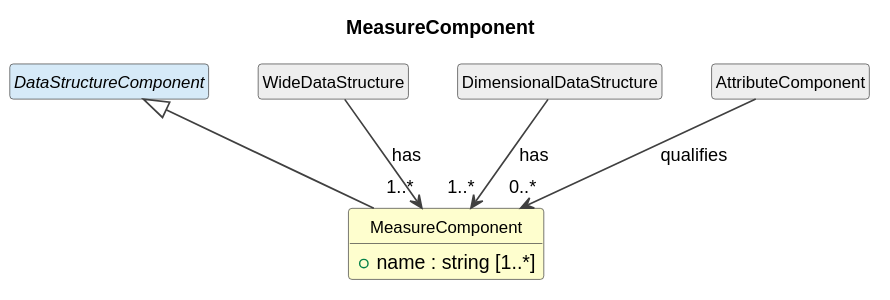
Before: cdif-uml-model/_plantuml/cdifDataStructure/Classes/MeasureComponent.svg, a diagram exported from PlantUML (Cross-Domain-Interoperability-Framework/metadataBuildingBlocks).
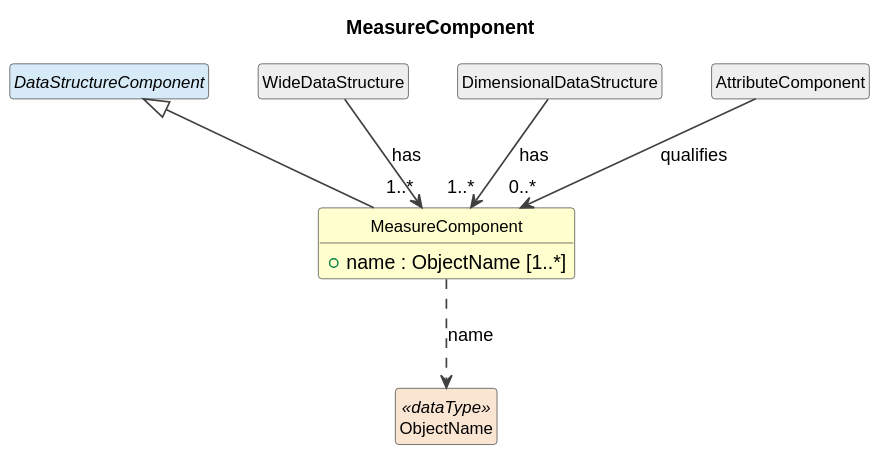
The same diagram one commit later.

Diff of the diagram source:
```diff
@@ -11,7 +11,7 @@
 }
 
 class "MeasureComponent" as MeasureComponent #FEFECE {
-  +name : string [1..*]
+  +name : ObjectName [1..*]
 }
 abstract class "DataStructureComponent" as DataStructureComponent #D6EAF8
 DataStructureComponent <|-- MeasureComponent
@@ -21,4 +21,6 @@
 DimensionalDataStructure --> "1..*" MeasureComponent : has
 class "AttributeComponent" as AttributeComponent #EEEEEE
 AttributeComponent --> "0..*" MeasureComponent : qualifies
+class "ObjectName" as ObjectName <<dataType>> #FAE5D3
+MeasureComponent ..> ObjectName : name
 @enduml
```
